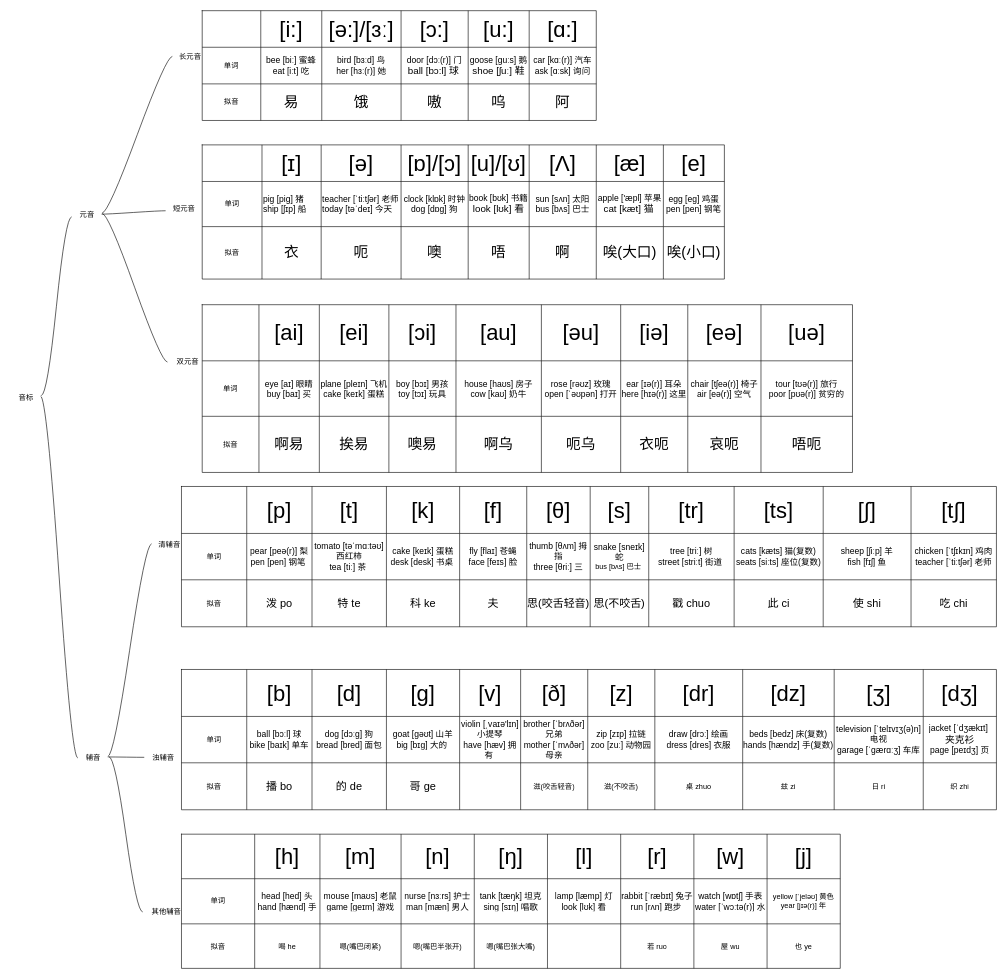
Before: page "第 2 页" (2 of 3) of 未命名表单.drawio in gituserc123/HelloWorld, a draw.io diagram. Source tidied: cells renumbered, new cells numbered last; positions are measured from the earlier drawing's top-left corner, leaving out a move shared by most shapes. Both pictures are drawn from the tidied source at 61%, with x=0, y=0 at pixel (10, 10).
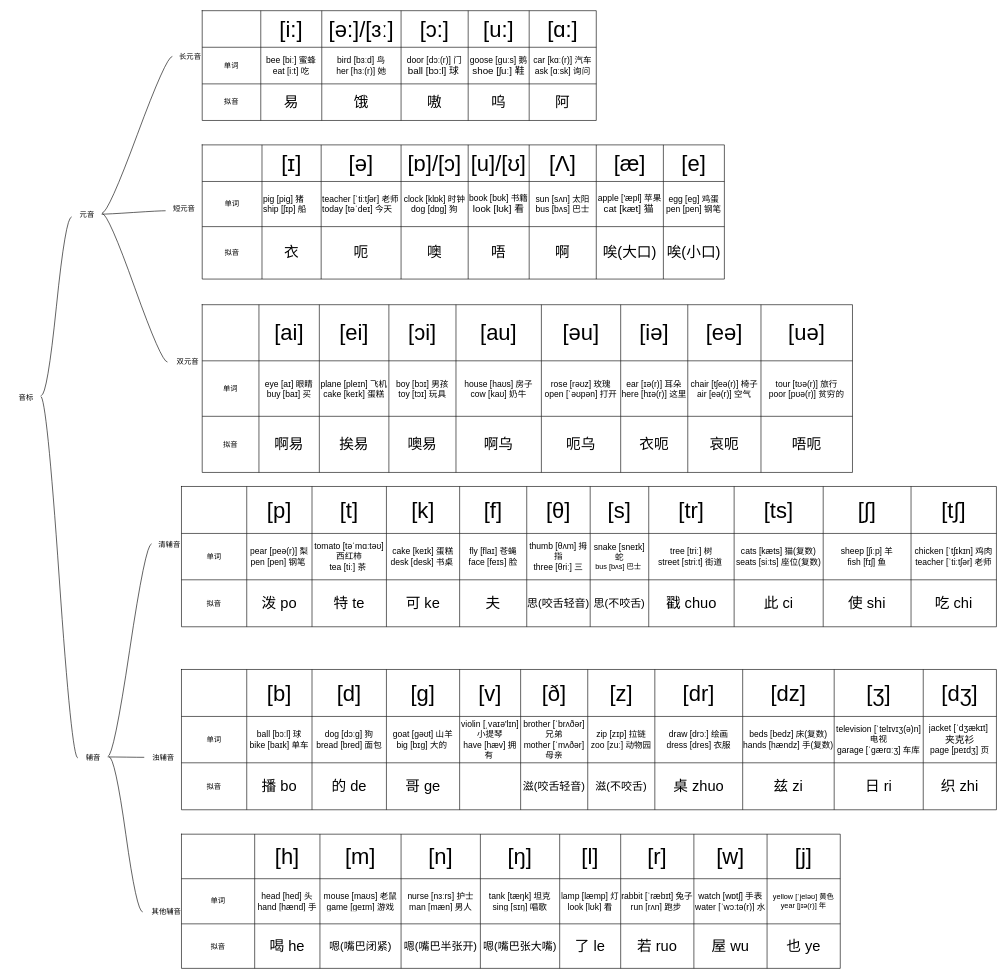
After the change.

Commit message:
更新未命名表单.drawio

Unchanged cells that the change refers to:
```xml
<mxCell id="120" style="shape=tableRow;horizontal=0;startSize=0;swimlaneHead=0;swimlaneBody=0;strokeColor=inherit;top=0;left=0;bottom=0;right=0;fillColor=none;" parent="95" vertex="1">
  <mxGeometry y="153" width="1336" height="77" as="geometry" />
</mxCell>
<mxCell id="162" style="shape=tableRow;horizontal=0;startSize=0;swimlaneHead=0;swimlaneBody=0;strokeColor=inherit;top=0;left=0;bottom=0;right=0;fillColor=none;" parent="137" vertex="1">
  <mxGeometry y="153" width="1336" height="77" as="geometry" />
</mxCell>
<mxCell id="175" style="shape=tableRow;horizontal=0;startSize=0;swimlaneHead=0;swimlaneBody=0;strokeColor=inherit;top=0;left=0;bottom=0;right=0;fillColor=none;" parent="174" vertex="1">
  <mxGeometry width="1080" height="73" as="geometry" />
</mxCell>
<mxCell id="185" style="shape=tableRow;horizontal=0;startSize=0;swimlaneHead=0;swimlaneBody=0;strokeColor=inherit;top=0;left=0;bottom=0;right=0;fillColor=none;" parent="174" vertex="1">
  <mxGeometry y="73" width="1080" height="74" as="geometry" />
</mxCell>
<mxCell id="195" style="shape=tableRow;horizontal=0;startSize=0;swimlaneHead=0;swimlaneBody=0;strokeColor=inherit;top=0;left=0;bottom=0;right=0;fillColor=none;" parent="174" vertex="1">
  <mxGeometry y="147" width="1080" height="73" as="geometry" />
</mxCell>
```

The edit, as a diff of the source:
```diff
@@
-    <mxCell id="122" value="&lt;font style=&quot;font-size: 18px;&quot;&gt;泼 po&lt;/font&gt;" style="shape=partialRectangle;html=1;whiteSpace=wrap;strokeColor=inherit;overflow=hidden;fillColor=none;top=0;left=0;bottom=0;right=0;" parent="120" vertex="1">
+    <mxCell id="122" value="&lt;font style=&quot;font-size: 24px;&quot;&gt;泼 po&lt;/font&gt;" style="shape=partialRectangle;html=1;whiteSpace=wrap;strokeColor=inherit;overflow=hidden;fillColor=none;top=0;left=0;bottom=0;right=0;" parent="120" vertex="1">
       <mxGeometry x="107" width="107" height="77" as="geometry" />
     </mxCell>
-    <mxCell id="123" value="&lt;font style=&quot;font-size: 18px;&quot;&gt;特 te&lt;/font&gt;" style="shape=partialRectangle;html=1;whiteSpace=wrap;strokeColor=inherit;overflow=hidden;fillColor=none;top=0;left=0;bottom=0;right=0;" parent="120" vertex="1">
+    <mxCell id="123" value="&lt;font style=&quot;font-size: 24px;&quot;&gt;特 te&lt;/font&gt;" style="shape=partialRectangle;html=1;whiteSpace=wrap;strokeColor=inherit;overflow=hidden;fillColor=none;top=0;left=0;bottom=0;right=0;" parent="120" vertex="1">
       <mxGeometry x="214" width="122" height="77" as="geometry" />
     </mxCell>
-    <mxCell id="124" value="&lt;font style=&quot;font-size: 18px;&quot;&gt;科 ke&lt;/font&gt;" style="shape=partialRectangle;html=1;whiteSpace=wrap;strokeColor=inherit;overflow=hidden;fillColor=none;top=0;left=0;bottom=0;right=0;" parent="120" vertex="1">
+    <mxCell id="124" value="&lt;font style=&quot;font-size: 24px;&quot;&gt;可 ke&lt;/font&gt;" style="shape=partialRectangle;html=1;whiteSpace=wrap;strokeColor=inherit;overflow=hidden;fillColor=none;top=0;left=0;bottom=0;right=0;" parent="120" vertex="1">
       <mxGeometry x="336" width="120" height="77" as="geometry" />
     </mxCell>
-    <mxCell id="125" value="&lt;font style=&quot;font-size: 18px;&quot;&gt;夫&lt;/font&gt;" style="shape=partialRectangle;html=1;whiteSpace=wrap;strokeColor=inherit;overflow=hidden;fillColor=none;top=0;left=0;bottom=0;right=0;" parent="120" vertex="1">
+    <mxCell id="125" value="&lt;font style=&quot;font-size: 24px;&quot;&gt;夫&lt;/font&gt;" style="shape=partialRectangle;html=1;whiteSpace=wrap;strokeColor=inherit;overflow=hidden;fillColor=none;top=0;left=0;bottom=0;right=0;" parent="120" vertex="1">
       <mxGeometry x="456" width="110" height="77" as="geometry" />
     </mxCell>
@@
-    <mxCell id="128" value="&lt;font style=&quot;font-size: 18px;&quot;&gt;戳 chuo&lt;/font&gt;" style="shape=partialRectangle;html=1;whiteSpace=wrap;strokeColor=inherit;overflow=hidden;fillColor=none;top=0;left=0;bottom=0;right=0;" parent="120" vertex="1">
+    <mxCell id="128" value="&lt;font style=&quot;font-size: 24px;&quot;&gt;戳 chuo&lt;/font&gt;" style="shape=partialRectangle;html=1;whiteSpace=wrap;strokeColor=inherit;overflow=hidden;fillColor=none;top=0;left=0;bottom=0;right=0;" parent="120" vertex="1">
       <mxGeometry x="766" width="140" height="77" as="geometry" />
     </mxCell>
-    <mxCell id="129" value="&lt;font style=&quot;font-size: 18px;&quot;&gt;此 ci&lt;/font&gt;" style="shape=partialRectangle;html=1;whiteSpace=wrap;strokeColor=inherit;overflow=hidden;fillColor=none;top=0;left=0;bottom=0;right=0;" parent="120" vertex="1">
+    <mxCell id="129" value="&lt;font style=&quot;font-size: 24px;&quot;&gt;此 ci&lt;/font&gt;" style="shape=partialRectangle;html=1;whiteSpace=wrap;strokeColor=inherit;overflow=hidden;fillColor=none;top=0;left=0;bottom=0;right=0;" parent="120" vertex="1">
       <mxGeometry x="906" width="146" height="77" as="geometry" />
     </mxCell>
-    <mxCell id="130" value="&lt;font style=&quot;font-size: 18px;&quot;&gt;使 shi&lt;/font&gt;" style="shape=partialRectangle;html=1;whiteSpace=wrap;strokeColor=inherit;overflow=hidden;fillColor=none;top=0;left=0;bottom=0;right=0;" parent="120" vertex="1">
+    <mxCell id="130" value="&lt;font style=&quot;font-size: 24px;&quot;&gt;使 shi&lt;/font&gt;" style="shape=partialRectangle;html=1;whiteSpace=wrap;strokeColor=inherit;overflow=hidden;fillColor=none;top=0;left=0;bottom=0;right=0;" parent="120" vertex="1">
       <mxGeometry x="1052" width="144" height="77" as="geometry" />
     </mxCell>
-    <mxCell id="131" value="&lt;font style=&quot;font-size: 18px;&quot;&gt;吃 chi&lt;/font&gt;" style="shape=partialRectangle;html=1;whiteSpace=wrap;strokeColor=inherit;overflow=hidden;fillColor=none;top=0;left=0;bottom=0;right=0;" parent="120" vertex="1">
+    <mxCell id="131" value="&lt;font style=&quot;font-size: 24px;&quot;&gt;吃 chi&lt;/font&gt;" style="shape=partialRectangle;html=1;whiteSpace=wrap;strokeColor=inherit;overflow=hidden;fillColor=none;top=0;left=0;bottom=0;right=0;" parent="120" vertex="1">
       <mxGeometry x="1196" width="140" height="77" as="geometry" />
     </mxCell>
@@
-    <mxCell id="164" value="&lt;font style=&quot;font-size: 18px;&quot;&gt;播 bo&lt;/font&gt;" style="shape=partialRectangle;html=1;whiteSpace=wrap;strokeColor=inherit;overflow=hidden;fillColor=none;top=0;left=0;bottom=0;right=0;" parent="162" vertex="1">
+    <mxCell id="164" value="&lt;font style=&quot;font-size: 24px;&quot;&gt;播 bo&lt;/font&gt;" style="shape=partialRectangle;html=1;whiteSpace=wrap;strokeColor=inherit;overflow=hidden;fillColor=none;top=0;left=0;bottom=0;right=0;" parent="162" vertex="1">
       <mxGeometry x="107" width="107" height="77" as="geometry" />
     </mxCell>
-    <mxCell id="165" value="&lt;font style=&quot;font-size: 18px;&quot;&gt;的 de&lt;/font&gt;" style="shape=partialRectangle;html=1;whiteSpace=wrap;strokeColor=inherit;overflow=hidden;fillColor=none;top=0;left=0;bottom=0;right=0;" parent="162" vertex="1">
+    <mxCell id="165" value="&lt;font style=&quot;font-size: 24px;&quot;&gt;的 de&lt;/font&gt;" style="shape=partialRectangle;html=1;whiteSpace=wrap;strokeColor=inherit;overflow=hidden;fillColor=none;top=0;left=0;bottom=0;right=0;" parent="162" vertex="1">
       <mxGeometry x="214" width="122" height="77" as="geometry" />
     </mxCell>
-    <mxCell id="166" value="&lt;font style=&quot;font-size: 18px;&quot;&gt;哥 ge&lt;/font&gt;" style="shape=partialRectangle;html=1;whiteSpace=wrap;strokeColor=inherit;overflow=hidden;fillColor=none;top=0;left=0;bottom=0;right=0;" parent="162" vertex="1">
+    <mxCell id="166" value="&lt;font style=&quot;font-size: 24px;&quot;&gt;哥 ge&lt;/font&gt;" style="shape=partialRectangle;html=1;whiteSpace=wrap;strokeColor=inherit;overflow=hidden;fillColor=none;top=0;left=0;bottom=0;right=0;" parent="162" vertex="1">
       <mxGeometry x="336" width="120" height="77" as="geometry" />
     </mxCell>
@@
-    <mxCell id="168" value="滋(咬舌轻音)" style="shape=partialRectangle;html=1;whiteSpace=wrap;strokeColor=inherit;overflow=hidden;fillColor=none;top=0;left=0;bottom=0;right=0;" parent="162" vertex="1">
+    <mxCell id="168" value="&lt;font style=&quot;font-size: 18px;&quot;&gt;滋(咬舌轻音)&lt;/font&gt;" style="shape=partialRectangle;html=1;whiteSpace=wrap;strokeColor=inherit;overflow=hidden;fillColor=none;top=0;left=0;bottom=0;right=0;" parent="162" vertex="1">
       <mxGeometry x="556" width="110" height="77" as="geometry" />
     </mxCell>
-    <mxCell id="169" value="滋(不咬舌)" style="shape=partialRectangle;html=1;whiteSpace=wrap;strokeColor=inherit;overflow=hidden;fillColor=none;top=0;left=0;bottom=0;right=0;" parent="162" vertex="1">
+    <mxCell id="169" value="&lt;font style=&quot;font-size: 18px;&quot;&gt;滋(不咬舌)&lt;/font&gt;" style="shape=partialRectangle;html=1;whiteSpace=wrap;strokeColor=inherit;overflow=hidden;fillColor=none;top=0;left=0;bottom=0;right=0;" parent="162" vertex="1">
       <mxGeometry x="666" width="110" height="77" as="geometry" />
     </mxCell>
-    <mxCell id="170" value="桌 zhuo" style="shape=partialRectangle;html=1;whiteSpace=wrap;strokeColor=inherit;overflow=hidden;fillColor=none;top=0;left=0;bottom=0;right=0;" parent="162" vertex="1">
+    <mxCell id="170" value="&lt;font style=&quot;font-size: 24px;&quot;&gt;桌 zhuo&lt;/font&gt;" style="shape=partialRectangle;html=1;whiteSpace=wrap;strokeColor=inherit;overflow=hidden;fillColor=none;top=0;left=0;bottom=0;right=0;" parent="162" vertex="1">
       <mxGeometry x="776" width="144" height="77" as="geometry" />
     </mxCell>
-    <mxCell id="171" value="兹 zi" style="shape=partialRectangle;html=1;whiteSpace=wrap;strokeColor=inherit;overflow=hidden;fillColor=none;top=0;left=0;bottom=0;right=0;" parent="162" vertex="1">
+    <mxCell id="171" value="&lt;font style=&quot;font-size: 24px;&quot;&gt;兹 zi&lt;/font&gt;" style="shape=partialRectangle;html=1;whiteSpace=wrap;strokeColor=inherit;overflow=hidden;fillColor=none;top=0;left=0;bottom=0;right=0;" parent="162" vertex="1">
       <mxGeometry x="920" width="150" height="77" as="geometry" />
     </mxCell>
-    <mxCell id="172" value="日 ri" style="shape=partialRectangle;html=1;whiteSpace=wrap;strokeColor=inherit;overflow=hidden;fillColor=none;top=0;left=0;bottom=0;right=0;" parent="162" vertex="1">
+    <mxCell id="172" value="&lt;font style=&quot;font-size: 24px;&quot;&gt;日 ri&lt;/font&gt;" style="shape=partialRectangle;html=1;whiteSpace=wrap;strokeColor=inherit;overflow=hidden;fillColor=none;top=0;left=0;bottom=0;right=0;" parent="162" vertex="1">
       <mxGeometry x="1070" width="146" height="77" as="geometry" />
     </mxCell>
-    <mxCell id="173" value="织 zhi" style="shape=partialRectangle;html=1;whiteSpace=wrap;strokeColor=inherit;overflow=hidden;fillColor=none;top=0;left=0;bottom=0;right=0;" parent="162" vertex="1">
+    <mxCell id="173" value="&lt;font style=&quot;font-size: 24px;&quot;&gt;织 zhi&lt;/font&gt;" style="shape=partialRectangle;html=1;whiteSpace=wrap;strokeColor=inherit;overflow=hidden;fillColor=none;top=0;left=0;bottom=0;right=0;" parent="162" vertex="1">
       <mxGeometry x="1216" width="120" height="77" as="geometry" />
     </mxCell>
@@
     <mxCell id="179" value="&lt;font style=&quot;font-size: 36px;&quot;&gt;[n]&lt;/font&gt;" style="shape=partialRectangle;html=1;whiteSpace=wrap;strokeColor=inherit;overflow=hidden;fillColor=none;top=0;left=0;bottom=0;right=0;" parent="175" vertex="1">
-      <mxGeometry x="360" width="120" height="73" as="geometry" />
+      <mxGeometry x="360" width="130" height="73" as="geometry" />
     </mxCell>
     <mxCell id="180" value="&lt;font style=&quot;font-size: 36px;&quot;&gt;[ŋ]&lt;/font&gt;" style="shape=partialRectangle;html=1;whiteSpace=wrap;strokeColor=inherit;overflow=hidden;fillColor=none;top=0;left=0;bottom=0;right=0;" parent="175" vertex="1">
-      <mxGeometry x="480" width="120" height="73" as="geometry" />
+      <mxGeometry x="490" width="130" height="73" as="geometry" />
     </mxCell>
     <mxCell id="181" value="&lt;font style=&quot;font-size: 36px;&quot;&gt;[l]&lt;/font&gt;" style="shape=partialRectangle;html=1;whiteSpace=wrap;strokeColor=inherit;overflow=hidden;fillColor=none;top=0;left=0;bottom=0;right=0;" parent="175" vertex="1">
-      <mxGeometry x="600" width="120" height="73" as="geometry" />
+      <mxGeometry x="620" width="100" height="73" as="geometry" />
     </mxCell>
@@
     <mxCell id="189" value="&lt;div&gt;&lt;font style=&quot;font-size: 14px;&quot;&gt;nurse [nɜːrs] 护士&lt;/font&gt;&lt;/div&gt;&lt;div&gt;&lt;font style=&quot;font-size: 14px;&quot;&gt;man [mæn] 男人&lt;/font&gt;&lt;/div&gt;" style="shape=partialRectangle;html=1;whiteSpace=wrap;strokeColor=inherit;overflow=hidden;fillColor=none;top=0;left=0;bottom=0;right=0;" parent="185" vertex="1">
-      <mxGeometry x="360" width="120" height="74" as="geometry" />
+      <mxGeometry x="360" width="130" height="74" as="geometry" />
     </mxCell>
     <mxCell id="190" value="&lt;div&gt;&lt;font style=&quot;font-size: 14px;&quot;&gt;tank [tæŋk] 坦克&lt;/font&gt;&lt;/div&gt;&lt;div&gt;&lt;font style=&quot;font-size: 14px;&quot;&gt;sing [sɪŋ] 唱歌&lt;/font&gt;&lt;/div&gt;" style="shape=partialRectangle;html=1;whiteSpace=wrap;strokeColor=inherit;overflow=hidden;fillColor=none;top=0;left=0;bottom=0;right=0;" parent="185" vertex="1">
-      <mxGeometry x="480" width="120" height="74" as="geometry" />
+      <mxGeometry x="490" width="130" height="74" as="geometry" />
     </mxCell>
     <mxCell id="191" value="&lt;div&gt;&lt;font style=&quot;font-size: 14px;&quot;&gt;lamp [læmp] 灯&lt;/font&gt;&lt;/div&gt;&lt;div&gt;&lt;font style=&quot;font-size: 14px;&quot;&gt;look [lʊk] 看&lt;/font&gt;&lt;/div&gt;" style="shape=partialRectangle;html=1;whiteSpace=wrap;strokeColor=inherit;overflow=hidden;fillColor=none;top=0;left=0;bottom=0;right=0;" parent="185" vertex="1">
-      <mxGeometry x="600" width="120" height="74" as="geometry" />
+      <mxGeometry x="620" width="100" height="74" as="geometry" />
     </mxCell>
@@
-    <mxCell id="197" value="喝 he" style="shape=partialRectangle;html=1;whiteSpace=wrap;strokeColor=inherit;overflow=hidden;fillColor=none;top=0;left=0;bottom=0;right=0;" parent="195" vertex="1">
+    <mxCell id="197" value="&lt;font style=&quot;font-size: 24px;&quot;&gt;喝 he&lt;/font&gt;" style="shape=partialRectangle;html=1;whiteSpace=wrap;strokeColor=inherit;overflow=hidden;fillColor=none;top=0;left=0;bottom=0;right=0;" parent="195" vertex="1">
       <mxGeometry x="120" width="107" height="73" as="geometry" />
     </mxCell>
-    <mxCell id="198" value="嗯(嘴巴闭紧)" style="shape=partialRectangle;html=1;whiteSpace=wrap;strokeColor=inherit;overflow=hidden;fillColor=none;top=0;left=0;bottom=0;right=0;" parent="195" vertex="1">
+    <mxCell id="198" value="&lt;font style=&quot;font-size: 18px;&quot;&gt;嗯(嘴巴闭紧)&lt;/font&gt;" style="shape=partialRectangle;html=1;whiteSpace=wrap;strokeColor=inherit;overflow=hidden;fillColor=none;top=0;left=0;bottom=0;right=0;" parent="195" vertex="1">
       <mxGeometry x="227" width="133" height="73" as="geometry" />
     </mxCell>
-    <mxCell id="199" value="嗯(嘴巴半张开)" style="shape=partialRectangle;html=1;whiteSpace=wrap;strokeColor=inherit;overflow=hidden;fillColor=none;top=0;left=0;bottom=0;right=0;" parent="195" vertex="1">
-      <mxGeometry x="360" width="120" height="73" as="geometry" />
+    <mxCell id="199" value="&lt;font style=&quot;font-size: 18px;&quot;&gt;嗯(嘴巴半张开)&lt;/font&gt;" style="shape=partialRectangle;html=1;whiteSpace=wrap;strokeColor=inherit;overflow=hidden;fillColor=none;top=0;left=0;bottom=0;right=0;" parent="195" vertex="1">
+      <mxGeometry x="360" width="130" height="73" as="geometry" />
     </mxCell>
-    <mxCell id="200" value="嗯(嘴巴张大嘴)" style="shape=partialRectangle;html=1;whiteSpace=wrap;strokeColor=inherit;overflow=hidden;fillColor=none;top=0;left=0;bottom=0;right=0;" parent="195" vertex="1">
-      <mxGeometry x="480" width="120" height="73" as="geometry" />
+    <mxCell id="200" value="&lt;font style=&quot;font-size: 18px;&quot;&gt;嗯(嘴巴张大嘴)&lt;/font&gt;" style="shape=partialRectangle;html=1;whiteSpace=wrap;strokeColor=inherit;overflow=hidden;fillColor=none;top=0;left=0;bottom=0;right=0;" parent="195" vertex="1">
+      <mxGeometry x="490" width="130" height="73" as="geometry" />
     </mxCell>
-    <mxCell id="201" style="shape=partialRectangle;html=1;whiteSpace=wrap;strokeColor=inherit;overflow=hidden;fillColor=none;top=0;left=0;bottom=0;right=0;" parent="195" vertex="1">
-      <mxGeometry x="600" width="120" height="73" as="geometry" />
+    <mxCell id="201" value="&lt;font style=&quot;font-size: 24px;&quot;&gt;了 le&lt;/font&gt;" style="shape=partialRectangle;html=1;whiteSpace=wrap;strokeColor=inherit;overflow=hidden;fillColor=none;top=0;left=0;bottom=0;right=0;" parent="195" vertex="1">
+      <mxGeometry x="620" width="100" height="73" as="geometry" />
     </mxCell>
-    <mxCell id="202" value="若 ruo" style="shape=partialRectangle;html=1;whiteSpace=wrap;strokeColor=inherit;overflow=hidden;fillColor=none;top=0;left=0;bottom=0;right=0;" parent="195" vertex="1">
+    <mxCell id="202" value="&lt;font style=&quot;font-size: 24px;&quot;&gt;若 ruo&lt;/font&gt;" style="shape=partialRectangle;html=1;whiteSpace=wrap;strokeColor=inherit;overflow=hidden;fillColor=none;top=0;left=0;bottom=0;right=0;" parent="195" vertex="1">
       <mxGeometry x="720" width="120" height="73" as="geometry" />
     </mxCell>
-    <mxCell id="203" value="屋 wu" style="shape=partialRectangle;html=1;whiteSpace=wrap;strokeColor=inherit;overflow=hidden;fillColor=none;top=0;left=0;bottom=0;right=0;" parent="195" vertex="1">
+    <mxCell id="203" value="&lt;font style=&quot;font-size: 24px;&quot;&gt;屋 wu&lt;/font&gt;" style="shape=partialRectangle;html=1;whiteSpace=wrap;strokeColor=inherit;overflow=hidden;fillColor=none;top=0;left=0;bottom=0;right=0;" parent="195" vertex="1">
       <mxGeometry x="840" width="120" height="73" as="geometry" />
     </mxCell>
-    <mxCell id="204" value="也 ye" style="shape=partialRectangle;html=1;whiteSpace=wrap;strokeColor=inherit;overflow=hidden;fillColor=none;top=0;left=0;bottom=0;right=0;" parent="195" vertex="1">
+    <mxCell id="204" value="&lt;font style=&quot;font-size: 24px;&quot;&gt;也 ye&lt;/font&gt;" style="shape=partialRectangle;html=1;whiteSpace=wrap;strokeColor=inherit;overflow=hidden;fillColor=none;top=0;left=0;bottom=0;right=0;" parent="195" vertex="1">
       <mxGeometry x="960" width="120" height="73" as="geometry" />
     </mxCell>
```
